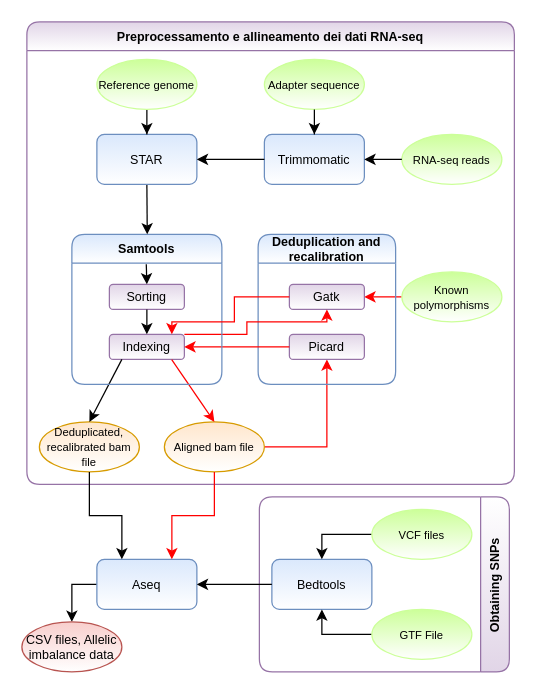
This is chapters/03/media/pipeline.drawio from giacThePhantom/Tesi, a draw.io file, before an edit. Source tidied: cells renumbered, new cells numbered last; positions are measured from the earlier drawing's top-left corner, leaving out a move shared by most shapes. Both pictures are drawn from the tidied source at 125%, with x=0, y=0 at pixel (21, 21).
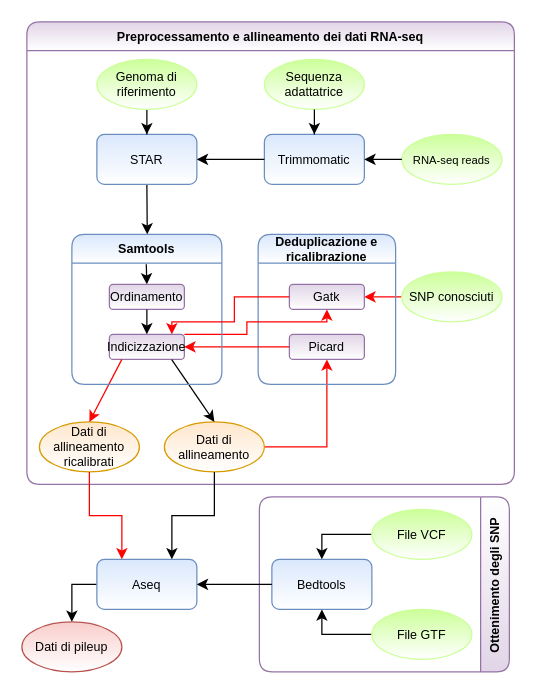
The same page after the edit.

The change refers to these unchanged cells:
```xml
<mxCell id="2" value="Preprocessamento e allineamento dei dati RNA-seq" style="swimlane;rounded=1;fontSize=10;fillColor=#e1d5e7;strokeColor=#9673a6;gradientColor=#ffffff;swimlaneFillColor=none;" parent="1" vertex="1">
  <mxGeometry x="4" width="390" height="370" as="geometry" />
</mxCell>
<mxCell id="21" value="Samtools" style="swimlane;rounded=1;swimlaneLine=1;fontSize=10;swimlaneFillColor=none;fillColor=#dae8fc;strokeColor=#6c8ebf;gradientColor=#ffffff;" parent="1" vertex="1">
  <mxGeometry x="40" y="170" width="120" height="120" as="geometry" />
</mxCell>
<mxCell id="30" value="&lt;div style=&quot;font-size: 10px;&quot;&gt;Aseq&lt;/div&gt;" style="rounded=1;whiteSpace=wrap;html=1;fontSize=10;fillColor=#dae8fc;strokeColor=#6c8ebf;gradientColor=#ffffff;" parent="1" vertex="1">
  <mxGeometry x="60" y="430" width="80" height="40" as="geometry" />
</mxCell>
```

Diff of the diagram source:
```diff
@@
-    <mxCell id="3" value="&lt;font style=&quot;font-size: 9px&quot;&gt;Deduplicated, recalibrated bam file&lt;/font&gt;" style="ellipse;whiteSpace=wrap;html=1;rounded=1;fontSize=10;fillColor=#ffe6cc;strokeColor=#d79b00;gradientColor=#ffffff;" parent="2" vertex="1">
+    <mxCell id="3" value="Dati di allineamento ricalibrati" style="ellipse;whiteSpace=wrap;html=1;rounded=1;fontSize=10;fillColor=#ffe6cc;strokeColor=#d79b00;gradientColor=#ffffff;" parent="2" vertex="1">
       <mxGeometry x="10" y="320" width="80" height="40" as="geometry" />
     </mxCell>
@@
-    <mxCell id="5" value="&lt;font style=&quot;font-size: 9px&quot;&gt;Aligned bam file&lt;/font&gt;" style="ellipse;whiteSpace=wrap;html=1;rounded=1;fontSize=10;fillColor=#ffe6cc;strokeColor=#d79b00;gradientColor=#ffffff;" parent="2" vertex="1">
+    <mxCell id="5" value="Dati di allineamento" style="ellipse;whiteSpace=wrap;html=1;rounded=1;fontSize=10;fillColor=#ffe6cc;strokeColor=#d79b00;gradientColor=#ffffff;" parent="2" vertex="1">
       <mxGeometry x="110" y="320" width="80" height="40" as="geometry" />
     </mxCell>
@@
-    <mxCell id="8" value="&lt;font style=&quot;font-size: 9px&quot;&gt;Known polymorphisms&lt;/font&gt;" style="ellipse;whiteSpace=wrap;html=1;rounded=1;fontSize=10;gradientColor=#ffffff;fillColor=#CCFF99;strokeColor=#CCFF99;" parent="2" vertex="1">
+    <mxCell id="8" value="SNP conosciuti" style="ellipse;whiteSpace=wrap;html=1;rounded=1;fontSize=10;gradientColor=#ffffff;fillColor=#CCFF99;strokeColor=#CCFF99;" parent="2" vertex="1">
       <mxGeometry x="300" y="200" width="80" height="40" as="geometry" />
     </mxCell>
@@
-    <mxCell id="12" value="&lt;font style=&quot;font-size: 9px&quot;&gt;Adapter sequence&lt;/font&gt;" style="ellipse;whiteSpace=wrap;html=1;rounded=1;fontSize=10;gradientColor=#ffffff;fillColor=#CCFF99;strokeColor=#CCFF99;" parent="2" vertex="1">
+    <mxCell id="12" value="Sequenza adattatrice" style="ellipse;whiteSpace=wrap;html=1;rounded=1;fontSize=10;gradientColor=#ffffff;fillColor=#CCFF99;strokeColor=#CCFF99;" parent="2" vertex="1">
       <mxGeometry x="190" y="30" width="80" height="40" as="geometry" />
     </mxCell>
@@
-    <mxCell id="14" value="Deduplication and &#10;recalibration" style="swimlane;rounded=1;shadow=0;startSize=23;fontSize=10;fillColor=#dae8fc;strokeColor=#6c8ebf;gradientColor=#ffffff;" parent="2" vertex="1">
+    <mxCell id="14" value="Deduplicazione e &#10;ricalibrazione" style="swimlane;rounded=1;shadow=0;startSize=23;fontSize=10;fillColor=#dae8fc;strokeColor=#6c8ebf;gradientColor=#ffffff;" parent="2" vertex="1">
       <mxGeometry x="185" y="170" width="110" height="120" as="geometry" />
     </mxCell>
@@
-    <mxCell id="16" value="Indexing" style="rounded=1;whiteSpace=wrap;html=1;fontSize=10;fillColor=#e1d5e7;strokeColor=#9673a6;gradientColor=#ffffff;" parent="2" vertex="1">
+    <mxCell id="16" value="Indicizzazione" style="rounded=1;whiteSpace=wrap;html=1;fontSize=10;fillColor=#e1d5e7;strokeColor=#9673a6;gradientColor=#ffffff;" parent="2" vertex="1">
       <mxGeometry x="66" y="250" width="60" height="20" as="geometry" />
     </mxCell>
-    <mxCell id="17" style="edgeStyle=none;rounded=0;jettySize=auto;html=1;entryX=0.5;entryY=0;entryDx=0;entryDy=0;fontSize=10;" parent="2" edge="1" target="3">
+    <mxCell id="17" style="edgeStyle=none;rounded=0;jettySize=auto;html=1;entryX=0.5;entryY=0;entryDx=0;entryDy=0;fontSize=10;strokeColor=#FF0000;" parent="2" edge="1" target="3">
       <mxGeometry relative="1" as="geometry">
         <mxPoint x="76" y="270" as="sourcePoint" />
       </mxGeometry>
     </mxCell>
-    <mxCell id="18" style="edgeStyle=none;rounded=0;jettySize=auto;html=1;exitX=0.831;exitY=1.006;exitDx=0;exitDy=0;entryX=0.5;entryY=0;entryDx=0;entryDy=0;fontSize=10;strokeColor=#FF0000;exitPerimeter=0;" parent="2" edge="1" source="16" target="5">
+    <mxCell id="18" style="edgeStyle=none;rounded=0;jettySize=auto;html=1;exitX=0.831;exitY=1.006;exitDx=0;exitDy=0;entryX=0.5;entryY=0;entryDx=0;entryDy=0;fontSize=10;exitPerimeter=0;" parent="2" edge="1" source="16" target="5">
       <mxGeometry relative="1" as="geometry" />
     </mxCell>
@@
-    <mxCell id="22" value="Sorting" style="rounded=1;whiteSpace=wrap;html=1;fontSize=10;fillColor=#e1d5e7;strokeColor=#9673a6;gradientColor=#ffffff;" parent="21" vertex="1">
+    <mxCell id="22" value="Ordinamento" style="rounded=1;whiteSpace=wrap;html=1;fontSize=10;fillColor=#e1d5e7;strokeColor=#9673a6;gradientColor=#ffffff;" parent="21" vertex="1">
       <mxGeometry x="30" y="40" width="60" height="20" as="geometry" />
     </mxCell>
@@
-    <mxCell id="28" value="&lt;font style=&quot;font-size: 9px&quot;&gt;Reference genome&lt;/font&gt;" style="ellipse;whiteSpace=wrap;html=1;rounded=1;fontSize=10;gradientColor=#ffffff;fillColor=#CCFF99;strokeColor=#CCFF99;" parent="1" vertex="1">
+    <mxCell id="28" value="Genoma di riferimento" style="ellipse;whiteSpace=wrap;html=1;rounded=1;fontSize=10;gradientColor=#ffffff;fillColor=#CCFF99;strokeColor=#CCFF99;" parent="1" vertex="1">
       <mxGeometry x="60" y="30" width="80" height="40" as="geometry" />
     </mxCell>
@@
-    <mxCell id="31" value="CSV files, Allelic imbalance data" style="ellipse;whiteSpace=wrap;html=1;rounded=1;fontSize=10;fillColor=#f8cecc;strokeColor=#b85450;gradientColor=#ffffff;" parent="1" vertex="1">
+    <mxCell id="31" value="Dati di pileup" style="ellipse;whiteSpace=wrap;html=1;rounded=1;fontSize=10;fillColor=#f8cecc;strokeColor=#b85450;gradientColor=#ffffff;" parent="1" vertex="1">
       <mxGeometry y="480" width="80" height="40" as="geometry" />
     </mxCell>
-    <mxCell id="32" value="Obtaining SNPs" style="swimlane;horizontal=0;rounded=1;direction=west;fontSize=10;fillColor=#e1d5e7;strokeColor=#9673a6;gradientColor=#ffffff;swimlaneFillColor=#ffffff;" parent="1" vertex="1">
+    <mxCell id="32" value="Ottenimento degli SNP" style="swimlane;horizontal=0;rounded=1;direction=west;fontSize=10;fillColor=#e1d5e7;strokeColor=#9673a6;gradientColor=#ffffff;swimlaneFillColor=#ffffff;" parent="1" vertex="1">
       <mxGeometry x="190" y="380" width="200" height="140" as="geometry" />
     </mxCell>
@@
-    <mxCell id="35" value="&lt;font style=&quot;font-size: 9px&quot;&gt;VCF files&lt;/font&gt;" style="ellipse;whiteSpace=wrap;html=1;fontSize=10;gradientColor=#ffffff;fillColor=#CCFF99;strokeColor=#CCFF99;" parent="32" vertex="1">
+    <mxCell id="35" value="File VCF" style="ellipse;whiteSpace=wrap;html=1;fontSize=10;gradientColor=#ffffff;fillColor=#CCFF99;strokeColor=#CCFF99;" parent="32" vertex="1">
       <mxGeometry x="90" y="10" width="80" height="40" as="geometry" />
     </mxCell>
@@
-    <mxCell id="37" value="&lt;font style=&quot;font-size: 9px&quot;&gt;GTF File&lt;/font&gt;" style="ellipse;whiteSpace=wrap;html=1;fontSize=10;gradientColor=#ffffff;fillColor=#CCFF99;strokeColor=#CCFF99;" parent="32" vertex="1">
+    <mxCell id="37" value="File GTF" style="ellipse;whiteSpace=wrap;html=1;fontSize=10;gradientColor=#ffffff;fillColor=#CCFF99;strokeColor=#CCFF99;" parent="32" vertex="1">
       <mxGeometry x="90" y="90" width="80" height="40" as="geometry" />
     </mxCell>
@@
-    <mxCell id="39" style="edgeStyle=orthogonalEdgeStyle;rounded=0;jettySize=auto;html=1;exitX=0.5;exitY=1;exitDx=0;exitDy=0;entryX=0.25;entryY=0;entryDx=0;entryDy=0;fontSize=10;" parent="1" edge="1" source="3" target="30">
+    <mxCell id="39" style="edgeStyle=orthogonalEdgeStyle;rounded=0;jettySize=auto;html=1;exitX=0.5;exitY=1;exitDx=0;exitDy=0;entryX=0.25;entryY=0;entryDx=0;entryDy=0;fontSize=10;strokeColor=#FF0000;" parent="1" edge="1" source="3" target="30">
       <mxGeometry relative="1" as="geometry" />
     </mxCell>
-    <mxCell id="40" style="edgeStyle=orthogonalEdgeStyle;rounded=0;jettySize=auto;html=1;exitX=0.5;exitY=1;exitDx=0;exitDy=0;entryX=0.75;entryY=0;entryDx=0;entryDy=0;fontSize=10;strokeColor=#FF0000;" parent="1" edge="1" source="5" target="30">
+    <mxCell id="40" style="edgeStyle=orthogonalEdgeStyle;rounded=0;jettySize=auto;html=1;exitX=0.5;exitY=1;exitDx=0;exitDy=0;entryX=0.75;entryY=0;entryDx=0;entryDy=0;fontSize=10;" parent="1" edge="1" source="5" target="30">
       <mxGeometry relative="1" as="geometry" />
     </mxCell>
```
